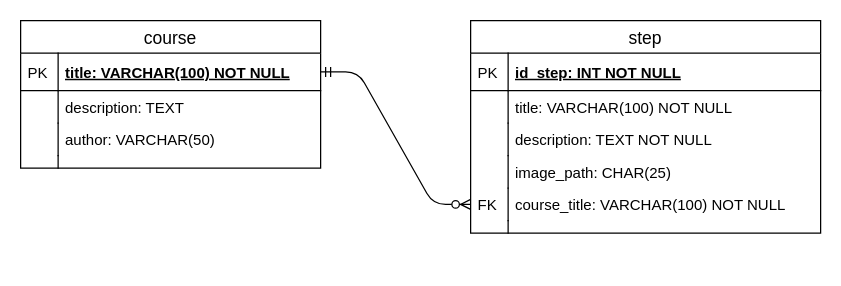
Earlier version of the draw.io diagram doc/RM.drawio (Sam36502/Tutor). Source tidied: cells renumbered, new cells numbered last; positions are measured from the earlier drawing's top-left corner, leaving out a move shared by most shapes. Both pictures are drawn from the tidied source at 125%, with x=0, y=0 at pixel (20, 20).
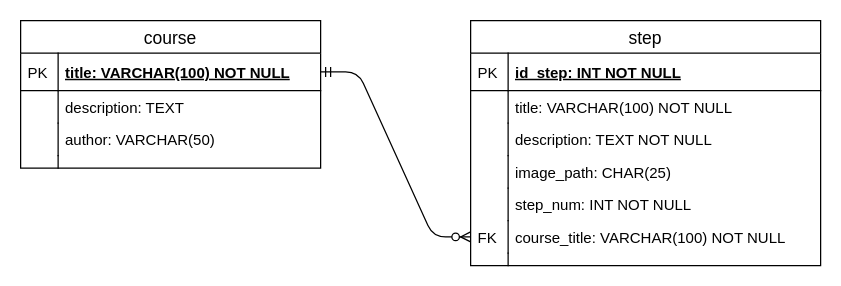
The same diagram, later.

Commit message (it also covers changes not shown here):
Updated ERD/RM and script

Diff of the diagram source:
```diff
@@
     <mxCell id="11" value="step" style="swimlane;fontStyle=0;horizontal=1;startSize=26;align=center;fontSize=14;" parent="1" vertex="1">
-      <mxGeometry x="360" width="280" height="170" as="geometry" />
+      <mxGeometry x="360" width="280" height="196" as="geometry" />
     </mxCell>
@@
+    <mxCell id="25" value="step_num: INT NOT NULL" style="shape=partialRectangle;top=0;left=0;right=0;bottom=0;align=left;verticalAlign=top;fillColor=none;spacingLeft=34;spacingRight=4;overflow=hidden;fontSize=12;" parent="11" vertex="1">
+      <mxGeometry y="134" width="280" height="26" as="geometry" />
+    </mxCell>
+    <mxCell id="26" style="shape=partialRectangle;top=0;left=0;bottom=0;fillColor=none;align=left;verticalAlign=top;spacingLeft=4;spacingRight=4;overflow=hidden;fontSize=12;" parent="25" vertex="1">
+      <mxGeometry width="30" height="26" as="geometry" />
+    </mxCell>
     <mxCell id="20" value="course_title: VARCHAR(100) NOT NULL" style="shape=partialRectangle;top=0;left=0;right=0;bottom=0;align=left;verticalAlign=top;fillColor=none;spacingLeft=34;spacingRight=4;overflow=hidden;points=[[0,0.5],[1,0.5]];portConstraint=eastwest;fontSize=12;" parent="11" vertex="1">
-      <mxGeometry y="134" width="280" height="26" as="geometry" />
+      <mxGeometry y="160" width="280" height="26" as="geometry" />
     </mxCell>
@@
     <mxCell id="22" style="shape=partialRectangle;top=0;left=0;right=0;bottom=0;align=left;verticalAlign=top;fillColor=none;spacingLeft=34;spacingRight=4;overflow=hidden;fontSize=12;" parent="11" vertex="1">
-      <mxGeometry y="160" width="280" height="10" as="geometry" />
+      <mxGeometry y="186" width="280" height="10" as="geometry" />
     </mxCell>
```
